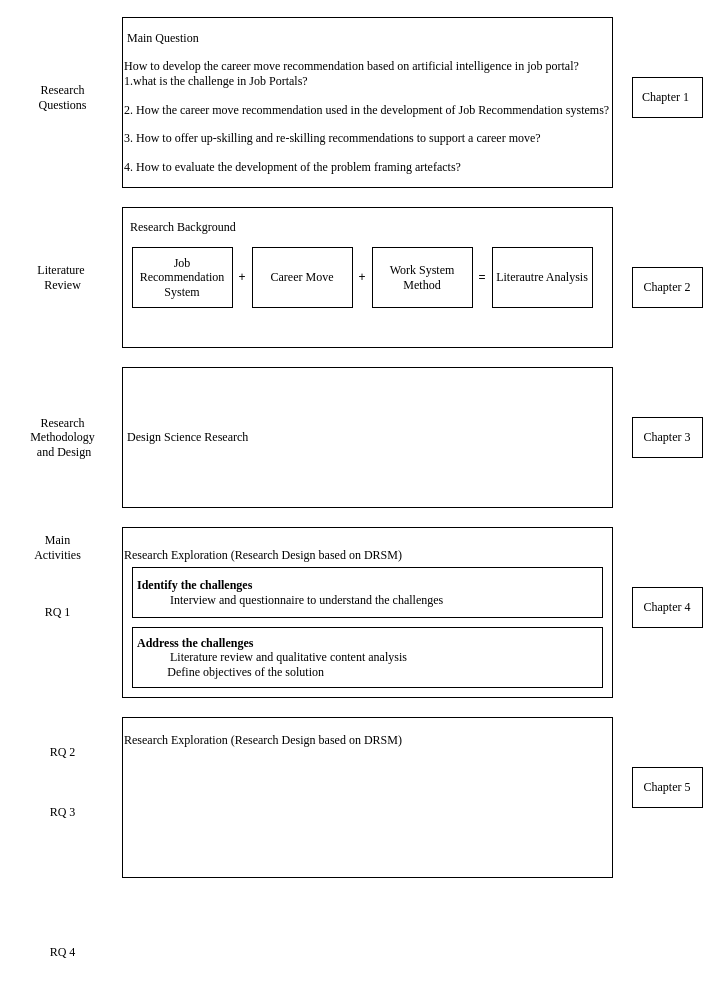
Above: 0216.drawio in johnzhouz/jrs (draw.io), before the change. Source tidied: cells renumbered, new cells numbered last; positions are measured from the earlier drawing's top-left corner, leaving out a move shared by most shapes. Both pictures are drawn from the tidied source at 100%, with x=0, y=0 at pixel (17, 17).
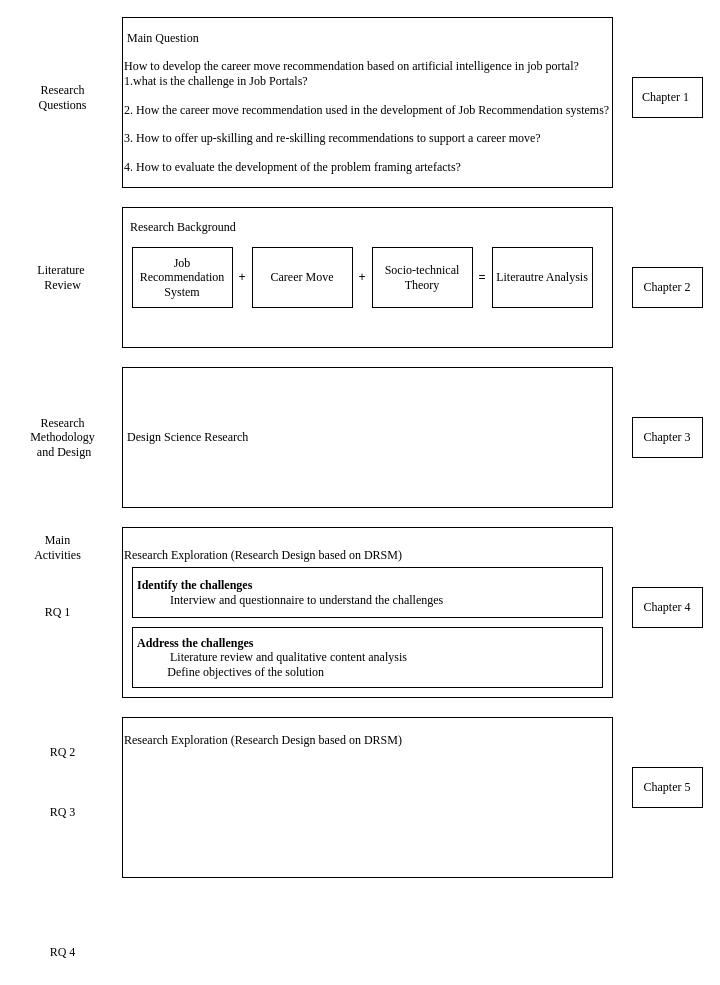
After the change.

Diff of the diagram source:
```diff
@@
-    <mxCell id="11" value="&lt;font face=&quot;Times New Roman&quot;&gt;Work System Method&lt;/font&gt;" style="rounded=0;whiteSpace=wrap;html=1;" parent="1" vertex="1">
+    <mxCell id="11" value="&lt;font face=&quot;Times New Roman&quot;&gt;Socio-technical Theory&lt;/font&gt;" style="rounded=0;whiteSpace=wrap;html=1;" parent="1" vertex="1">
       <mxGeometry x="355" y="230" width="100" height="60" as="geometry" />
     </mxCell>
```
